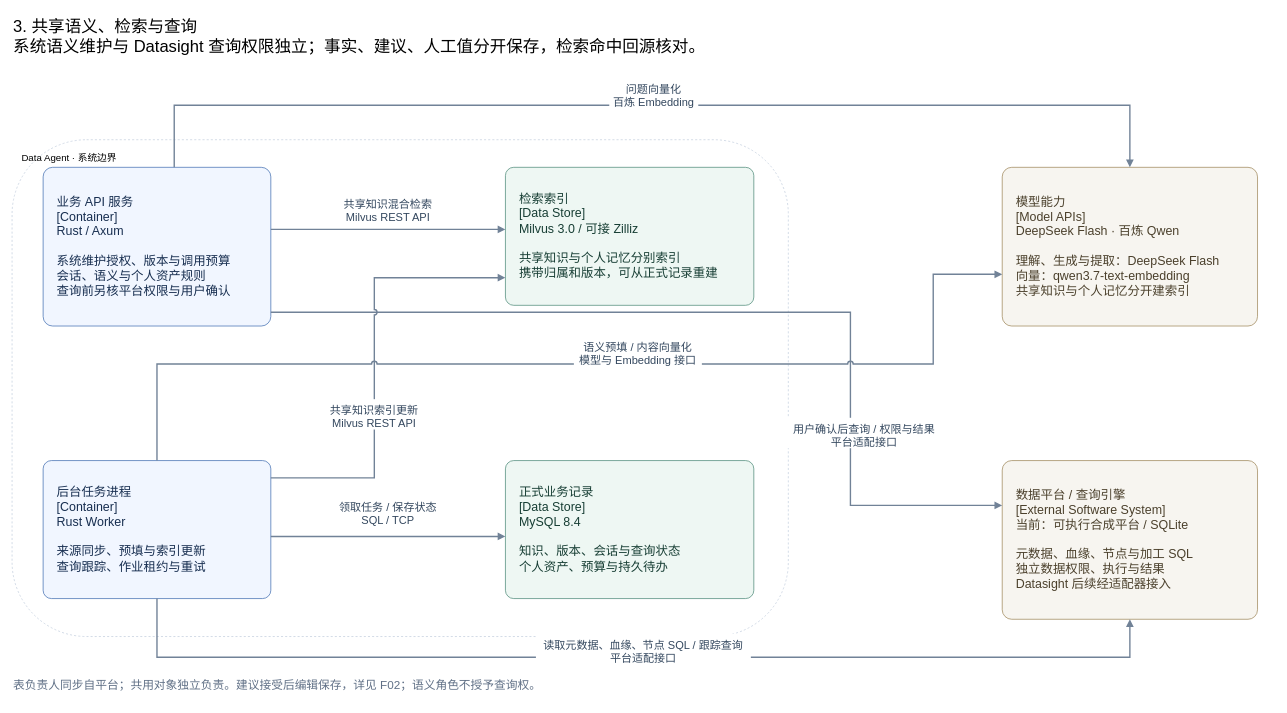
yaoziyaoguai/data_agent keeps this draw.io diagram as page "共享语义、检索与查询" (3 of 4) of docs/architecture/data-agent-c4-container.drawio. Above is the earlier version. Source tidied: cells renumbered, new cells numbered last; positions are measured from the earlier drawing's top-left corner, leaving out a move shared by most shapes. Both pictures are drawn from the tidied source at 69%, with x=0, y=0 at pixel (12, 12).
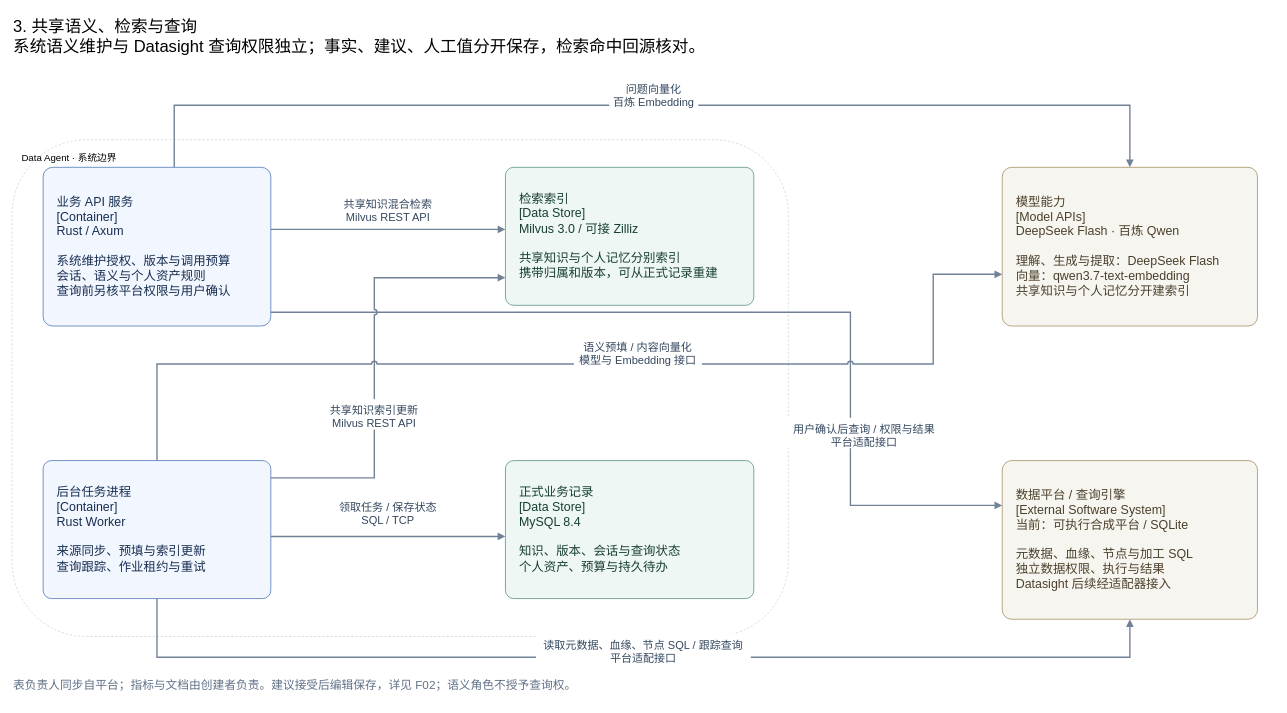
After the change.

Change to the diagram source:
```diff
@@
-    <mxCell id="24" value="表负责人同步自平台；共用对象独立负责。建议接受后编辑保存，详见 F02；语义角色不授予查询权。" style="text;html=0;align=left;fontSize=17;fontColor=#607086;fontFamily=PingFang SC;" parent="1" vertex="1">
+    <mxCell id="24" value="表负责人同步自平台；指标与文档由创建者负责。建议接受后编辑保存，详见 F02；语义角色不授予查询权。" style="text;html=0;align=left;fontSize=17;fontColor=#607086;fontFamily=PingFang SC;" parent="1" vertex="1">
       <mxGeometry y="958" width="1830" height="42" as="geometry" />
     </mxCell>
```
